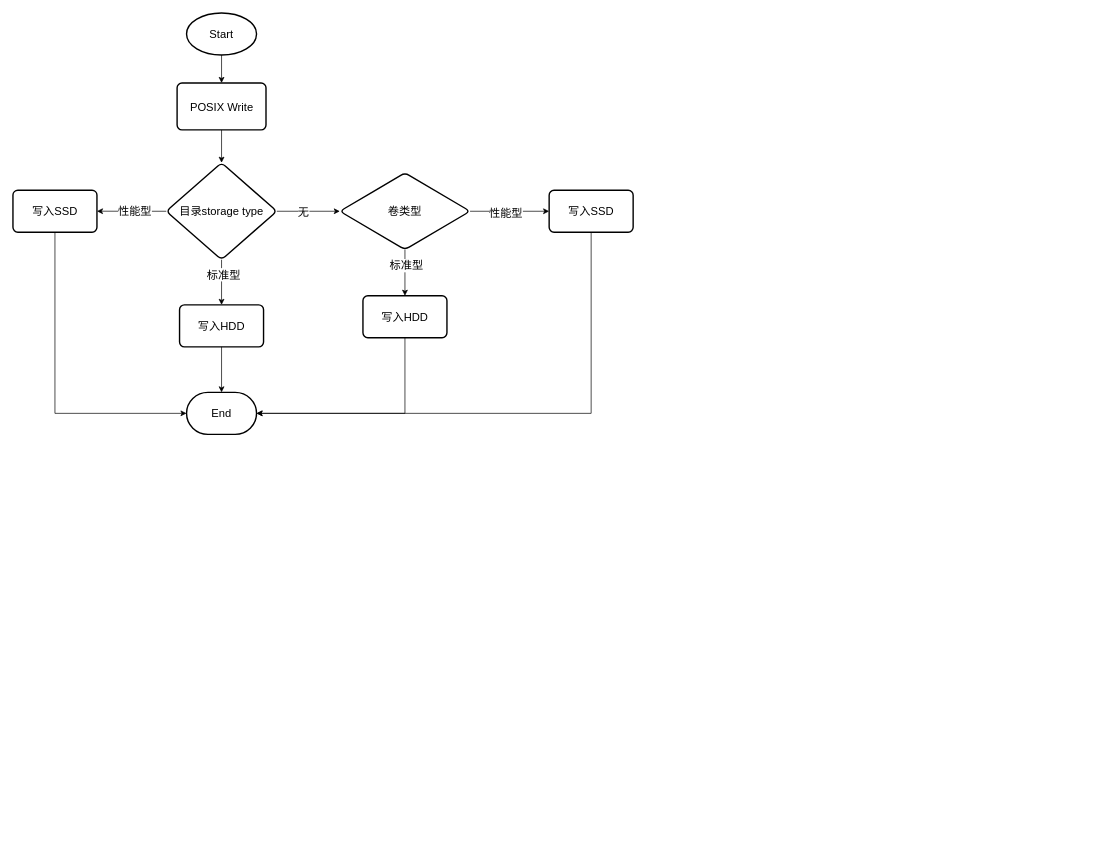
This is tiered storage.drawio from ydh12356890/DiDiDraw, a draw.io file, before an edit. Source tidied: cells renumbered, new cells numbered last; positions are measured from the earlier drawing's top-left corner, leaving out a move shared by most shapes. Both pictures are drawn from the tidied source at 70%, with x=0, y=0 at pixel (13, 13).
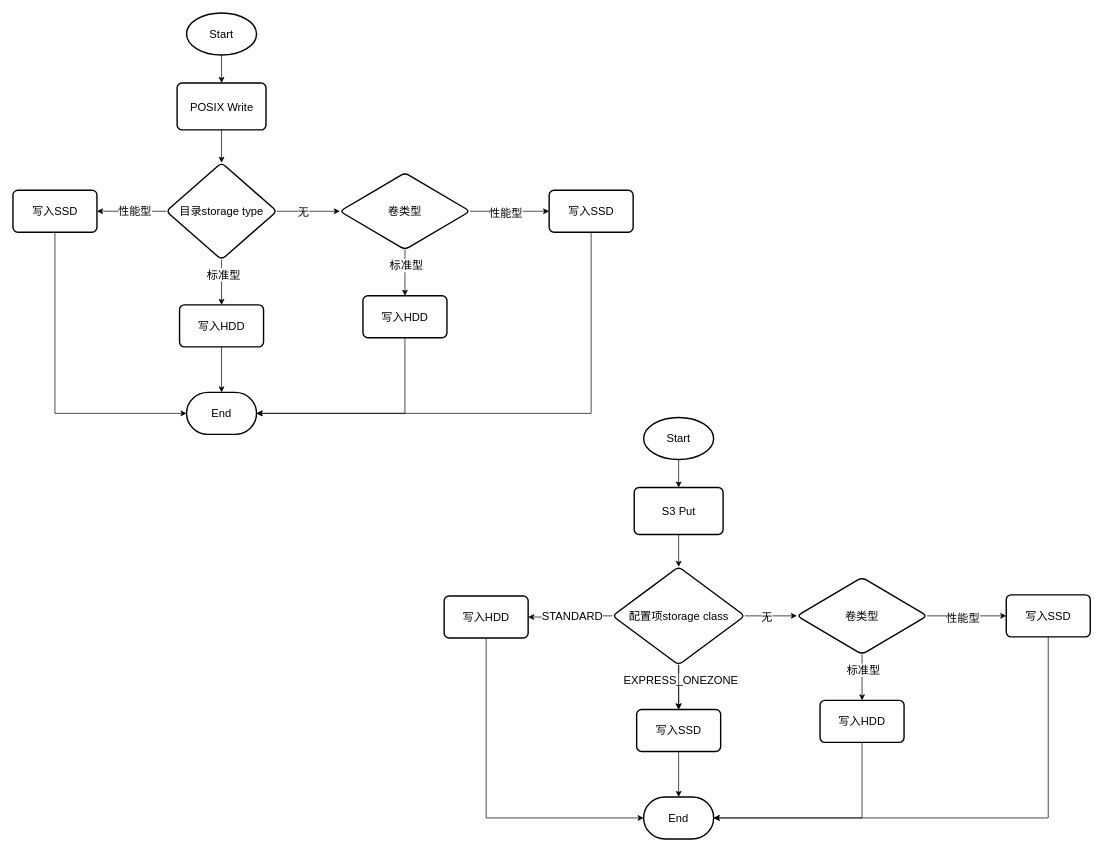
The same diagram, later.

Diff of the diagram source:
```diff
@@
+    <mxCell id="27" value="End" style="strokeWidth=2;html=1;shape=mxgraph.flowchart.terminator;whiteSpace=wrap;fontSize=16;" parent="1" vertex="1">
+      <mxGeometry x="901" y="1120" width="100" height="60" as="geometry" />
+    </mxCell>
+    <mxCell id="28" style="edgeStyle=orthogonalEdgeStyle;rounded=0;jettySize=auto;html=1;exitX=0.5;exitY=1;exitDx=0;exitDy=0;exitPerimeter=0;entryX=0.5;entryY=0;entryDx=0;entryDy=0;fontSize=16;" parent="1" edge="1" source="29" target="31">
+      <mxGeometry relative="1" as="geometry" />
+    </mxCell>
+    <mxCell id="29" value="Start" style="strokeWidth=2;html=1;shape=mxgraph.flowchart.start_1;whiteSpace=wrap;fontSize=16;" parent="1" vertex="1">
+      <mxGeometry x="901" y="578" width="100" height="60" as="geometry" />
+    </mxCell>
+    <mxCell id="30" style="edgeStyle=orthogonalEdgeStyle;rounded=0;jettySize=auto;html=1;fontSize=16;" parent="1" edge="1" source="31" target="39">
+      <mxGeometry relative="1" as="geometry" />
+    </mxCell>
+    <mxCell id="31" value="S3 Put" style="rounded=1;whiteSpace=wrap;html=1;absoluteArcSize=1;arcSize=14;strokeWidth=2;fontSize=16;" parent="1" vertex="1">
+      <mxGeometry x="887.5" y="678" width="127" height="67" as="geometry" />
+    </mxCell>
+    <mxCell id="32" style="edgeStyle=orthogonalEdgeStyle;rounded=0;jettySize=auto;html=1;fontSize=16;" parent="1" edge="1" source="39" target="40">
+      <mxGeometry relative="1" as="geometry" />
+    </mxCell>
+    <mxCell id="33" value="EXPRESS_ONEZONE" style="edgeLabel;html=1;align=center;verticalAlign=middle;fontSize=16;" parent="32" vertex="1">
+      <mxGeometry x="-0.35" y="2" relative="1" as="geometry" />
+    </mxCell>
+    <mxCell id="34" style="edgeStyle=orthogonalEdgeStyle;rounded=0;jettySize=auto;html=1;fontSize=16;" parent="1" edge="1" source="39" target="41">
+      <mxGeometry relative="1" as="geometry" />
+    </mxCell>
+    <mxCell id="35" value="STANDARD" style="edgeLabel;html=1;align=center;verticalAlign=middle;fontSize=16;" parent="34" vertex="1">
+      <mxGeometry x="-0.18" y="3" relative="1" as="geometry">
+        <mxPoint x="-8" y="-3" as="offset" />
+      </mxGeometry>
+    </mxCell>
+    <mxCell id="36" style="edgeStyle=orthogonalEdgeStyle;rounded=0;jettySize=auto;html=1;fontSize=16;" parent="1" edge="1" source="39" target="48">
+      <mxGeometry relative="1" as="geometry" />
+    </mxCell>
+    <mxCell id="37" value="无" style="edgeLabel;html=1;align=center;verticalAlign=middle;fontSize=16;" parent="36" vertex="1">
+      <mxGeometry x="-0.16" y="-1" relative="1" as="geometry" />
+    </mxCell>
+    <mxCell id="38" style="edgeStyle=orthogonalEdgeStyle;rounded=0;jettySize=auto;html=1;" parent="1" edge="1" source="39" target="40">
+      <mxGeometry relative="1" as="geometry" />
+    </mxCell>
+    <mxCell id="39" value="配置项storage class" style="rhombus;whiteSpace=wrap;html=1;rounded=1;absoluteArcSize=1;arcSize=14;strokeWidth=2;fontSize=16;" parent="1" vertex="1">
+      <mxGeometry x="856.5" y="791.3" width="189" height="140" as="geometry" />
+    </mxCell>
+    <mxCell id="40" value="写入SSD" style="whiteSpace=wrap;html=1;fontSize=16;rounded=1;absoluteArcSize=1;arcSize=14;strokeWidth=2;" parent="1" vertex="1">
+      <mxGeometry x="891" y="995" width="120" height="60" as="geometry" />
+    </mxCell>
+    <mxCell id="41" value="写入HDD" style="whiteSpace=wrap;html=1;fontSize=16;rounded=1;absoluteArcSize=1;arcSize=14;strokeWidth=2;" parent="1" vertex="1">
+      <mxGeometry x="616" y="833" width="120" height="60" as="geometry" />
+    </mxCell>
+    <mxCell id="42" style="edgeStyle=orthogonalEdgeStyle;rounded=0;jettySize=auto;html=1;exitX=0.5;exitY=1;exitDx=0;exitDy=0;entryX=0;entryY=0.5;entryDx=0;entryDy=0;entryPerimeter=0;fontSize=16;" parent="1" edge="1" source="41" target="27">
+      <mxGeometry relative="1" as="geometry" />
+    </mxCell>
+    <mxCell id="43" style="edgeStyle=orthogonalEdgeStyle;rounded=0;jettySize=auto;html=1;exitX=0.5;exitY=1;exitDx=0;exitDy=0;entryX=0.5;entryY=0;entryDx=0;entryDy=0;entryPerimeter=0;fontSize=16;" parent="1" edge="1" source="40" target="27">
+      <mxGeometry relative="1" as="geometry" />
+    </mxCell>
+    <mxCell id="44" style="edgeStyle=orthogonalEdgeStyle;rounded=0;jettySize=auto;html=1;fontSize=16;" parent="1" edge="1" source="48" target="49">
+      <mxGeometry relative="1" as="geometry" />
+    </mxCell>
+    <mxCell id="45" value="标准型" style="edgeLabel;html=1;align=center;verticalAlign=middle;fontSize=16;" parent="44" vertex="1">
+      <mxGeometry x="-0.32" y="1" relative="1" as="geometry" />
+    </mxCell>
+    <mxCell id="46" style="edgeStyle=orthogonalEdgeStyle;rounded=0;jettySize=auto;html=1;fontSize=16;" parent="1" edge="1" source="48" target="50">
+      <mxGeometry relative="1" as="geometry" />
+    </mxCell>
+    <mxCell id="47" value="性能型" style="edgeLabel;html=1;align=center;verticalAlign=middle;fontSize=16;" parent="46" vertex="1">
+      <mxGeometry x="-0.11" y="-2" relative="1" as="geometry" />
+    </mxCell>
+    <mxCell id="48" value="卷类型" style="rhombus;whiteSpace=wrap;html=1;fontSize=16;rounded=1;absoluteArcSize=1;arcSize=14;strokeWidth=2;" parent="1" vertex="1">
+      <mxGeometry x="1120" y="806.4" width="186" height="109.8" as="geometry" />
+    </mxCell>
+    <mxCell id="49" value="写入HDD" style="whiteSpace=wrap;html=1;fontSize=16;rounded=1;absoluteArcSize=1;arcSize=14;strokeWidth=2;" parent="1" vertex="1">
+      <mxGeometry x="1153" y="982" width="120" height="60" as="geometry" />
+    </mxCell>
+    <mxCell id="50" value="写入SSD" style="whiteSpace=wrap;html=1;fontSize=16;rounded=1;absoluteArcSize=1;arcSize=14;strokeWidth=2;" parent="1" vertex="1">
+      <mxGeometry x="1419" y="831.3" width="120" height="60" as="geometry" />
+    </mxCell>
+    <mxCell id="51" style="edgeStyle=orthogonalEdgeStyle;rounded=0;jettySize=auto;html=1;exitX=0.5;exitY=1;exitDx=0;exitDy=0;entryX=1;entryY=0.5;entryDx=0;entryDy=0;entryPerimeter=0;fontSize=16;" parent="1" edge="1" source="49" target="27">
+      <mxGeometry relative="1" as="geometry" />
+    </mxCell>
+    <mxCell id="52" style="edgeStyle=orthogonalEdgeStyle;rounded=0;jettySize=auto;html=1;exitX=0.5;exitY=1;exitDx=0;exitDy=0;entryX=1;entryY=0.5;entryDx=0;entryDy=0;entryPerimeter=0;fontSize=16;" parent="1" edge="1" source="50" target="27">
+      <mxGeometry relative="1" as="geometry" />
+    </mxCell>
```
